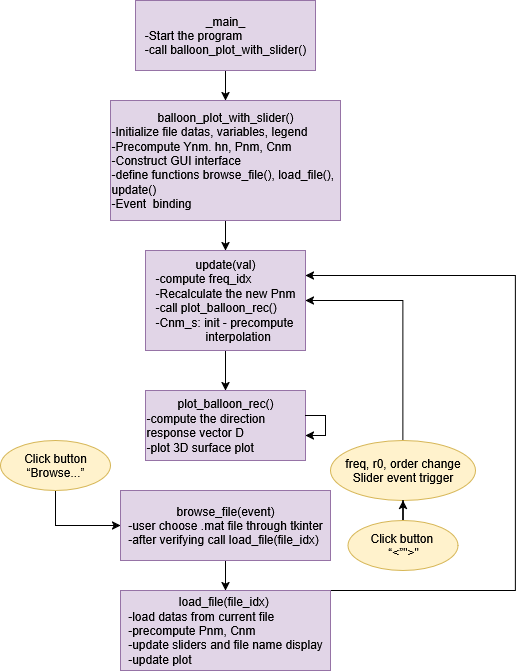
audiolabs/DEISM keeps this draw.io diagram as images/workflow.drawio.png. Above is the earlier version. Source tidied: cells renumbered, new cells last; positions are measured from the earlier drawing's top-left corner, leaving out a move shared by most shapes.
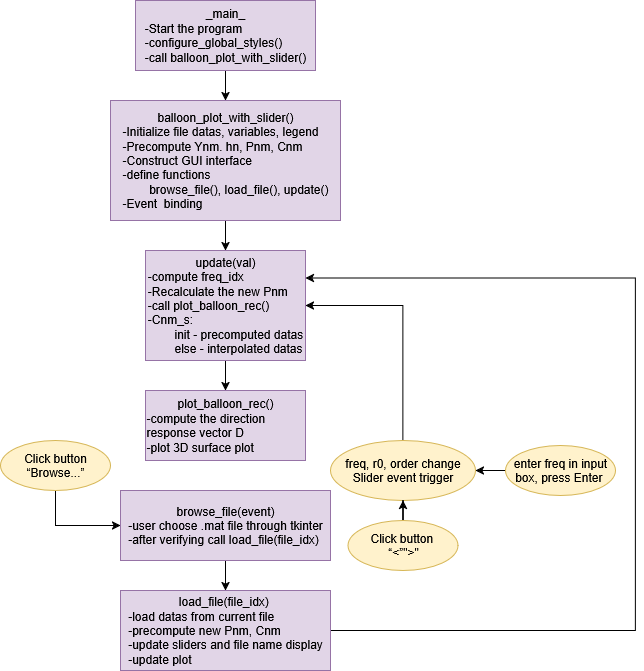
The same file after the commit.

What changed in the source:
```diff
@@ -5,20 +5,20 @@
     <mxCell id="2" style="edgeStyle=orthogonalEdgeStyle;rounded=0;jettySize=auto;html=1;" parent="1" edge="1" source="3" target="5">
       <mxGeometry relative="1" as="geometry" />
     </mxCell>
-    <mxCell id="3" value="_main_&lt;br&gt;&lt;div align=&quot;left&quot;&gt;-Start the program&lt;br&gt;&lt;/div&gt;-call balloon_plot_with_slider()" style="rounded=0;whiteSpace=wrap;html=1;fillColor=#e1d5e7;strokeColor=#9673a6;" parent="1" vertex="1">
+    <mxCell id="3" value="_main_&lt;br&gt;&lt;div align=&quot;left&quot;&gt;-Start the program&lt;/div&gt;&lt;div align=&quot;left&quot;&gt;-configure_global_styles()&lt;/div&gt;-call balloon_plot_with_slider()" style="rounded=0;whiteSpace=wrap;html=1;fillColor=#e1d5e7;strokeColor=#9673a6;" parent="1" vertex="1">
       <mxGeometry x="135" width="180" height="70" as="geometry" />
     </mxCell>
     <mxCell id="4" style="edgeStyle=orthogonalEdgeStyle;rounded=0;jettySize=auto;html=1;" parent="1" edge="1" source="5" target="7">
       <mxGeometry relative="1" as="geometry" />
     </mxCell>
-    <mxCell id="5" value="balloon_plot_with_slider()&lt;br&gt;&lt;div align=&quot;left&quot;&gt;-Initialize file datas, variables, legend&lt;br&gt;-Precompute Ynm. hn, Pnm, Cnm&lt;br&gt;-Construct GUI interface&lt;br&gt;-define functions browse_file(), load_file(), update()&lt;br&gt;-Event&amp;nbsp; binding&lt;br&gt;&lt;/div&gt;" style="rounded=0;whiteSpace=wrap;html=1;fillColor=#e1d5e7;strokeColor=#9673a6;" parent="1" vertex="1">
+    <mxCell id="5" value="balloon_plot_with_slider()&lt;br&gt;&lt;div align=&quot;left&quot;&gt;-Initialize file datas, variables, legend&lt;br&gt;-Precompute Ynm. hn, Pnm, Cnm&lt;br&gt;-Construct GUI interface&lt;br&gt;-define functions&amp;nbsp;&lt;/div&gt;&lt;div align=&quot;left&quot;&gt;&lt;span style=&quot;white-space: pre;&quot;&gt;&#9;&lt;/span&gt;browse_file(), load_file(), update()&lt;br&gt;-Event&amp;nbsp; binding&lt;br&gt;&lt;/div&gt;" style="rounded=0;whiteSpace=wrap;html=1;fillColor=#e1d5e7;strokeColor=#9673a6;" parent="1" vertex="1">
       <mxGeometry x="110" y="100" width="230" height="120" as="geometry" />
     </mxCell>
     <mxCell id="6" style="edgeStyle=orthogonalEdgeStyle;rounded=0;jettySize=auto;html=1;" parent="1" edge="1" source="7" target="8">
       <mxGeometry relative="1" as="geometry" />
     </mxCell>
-    <mxCell id="7" value="update(val)&lt;br&gt;&lt;div align=&quot;left&quot;&gt;-compute freq_idx&lt;br&gt;-Recalculate the new Pnm&lt;br&gt;-call plot_balloon_rec()&lt;/div&gt;&lt;div align=&quot;left&quot;&gt;-Cnm_s: init - precompute&lt;/div&gt;&lt;div align=&quot;left&quot;&gt;&lt;span style=&quot;white-space: pre;&quot;&gt;&#9;&lt;/span&gt;&amp;nbsp; &amp;nbsp; &amp;nbsp; &amp;nbsp;interpolation&lt;/div&gt;" style="rounded=0;whiteSpace=wrap;html=1;fillColor=#e1d5e7;strokeColor=#9673a6;" parent="1" vertex="1">
-      <mxGeometry x="145" y="250" width="160" height="100" as="geometry" />
+    <mxCell id="7" value="update(val)&lt;br&gt;&lt;div align=&quot;left&quot;&gt;-compute freq_idx&lt;br&gt;-Recalculate the new Pnm&lt;br&gt;-call plot_balloon_rec()&lt;/div&gt;&lt;div align=&quot;left&quot;&gt;-Cnm_s:&amp;nbsp;&lt;/div&gt;&lt;div align=&quot;left&quot;&gt;&lt;span style=&quot;white-space: pre;&quot;&gt;&#9;&lt;/span&gt;init - precomputed datas&lt;/div&gt;&lt;div align=&quot;left&quot;&gt;&lt;span style=&quot;white-space: pre;&quot;&gt;&#9;&lt;/span&gt;else - interpolated datas&lt;/div&gt;" style="rounded=0;whiteSpace=wrap;html=1;fillColor=#e1d5e7;strokeColor=#9673a6;" parent="1" vertex="1">
+      <mxGeometry x="145" y="250" width="160" height="110" as="geometry" />
     </mxCell>
     <mxCell id="8" value="plot_balloon_rec()&lt;br&gt;&lt;div align=&quot;left&quot;&gt;-compute the direction response vector D&lt;br&gt;-plot 3D surface plot&lt;/div&gt;" style="rounded=0;whiteSpace=wrap;html=1;fillColor=#e1d5e7;strokeColor=#9673a6;" parent="1" vertex="1">
       <mxGeometry x="145" y="390" width="160" height="70" as="geometry" />
@@ -32,13 +32,12 @@
     <mxCell id="11" style="edgeStyle=orthogonalEdgeStyle;rounded=0;jettySize=auto;html=1;exitX=1;exitY=0.5;exitDx=0;exitDy=0;entryX=1;entryY=0.25;entryDx=0;entryDy=0;" parent="1" edge="1" source="12" target="7">
       <mxGeometry relative="1" as="geometry">
         <Array as="points">
-          <mxPoint x="330" y="590" />
-          <mxPoint x="515" y="590" />
-          <mxPoint x="515" y="275" />
+          <mxPoint x="635" y="630" />
+          <mxPoint x="635" y="278" />
         </Array>
       </mxGeometry>
     </mxCell>
-    <mxCell id="12" value="load_file(file_idx)&amp;nbsp;&lt;br&gt;&lt;div align=&quot;left&quot;&gt;-load datas from current file&lt;br&gt;-precompute Pnm, Cnm&lt;br&gt;-update sliders and file name display&lt;br&gt;-update plot&lt;/div&gt;" style="rounded=0;whiteSpace=wrap;html=1;fillColor=#e1d5e7;strokeColor=#9673a6;" parent="1" vertex="1">
+    <mxCell id="12" value="load_file(file_idx)&amp;nbsp;&lt;br&gt;&lt;div align=&quot;left&quot;&gt;-load datas from current file&lt;br&gt;-precompute new Pnm, Cnm&lt;br&gt;-update sliders and file name display&lt;br&gt;-update plot&lt;/div&gt;" style="rounded=0;whiteSpace=wrap;html=1;fillColor=#e1d5e7;strokeColor=#9673a6;" parent="1" vertex="1">
       <mxGeometry x="120" y="590" width="210" height="80" as="geometry" />
     </mxCell>
     <mxCell id="13" style="edgeStyle=orthogonalEdgeStyle;rounded=0;jettySize=auto;html=1;entryX=0;entryY=0.5;entryDx=0;entryDy=0;" parent="1" edge="1" source="14" target="10">
@@ -63,8 +62,11 @@
     <mxCell id="18" value="&lt;div&gt;Click button&amp;nbsp;&lt;/div&gt;&lt;div&gt;“&amp;lt;”&quot;&amp;gt;&quot;&lt;/div&gt;" style="ellipse;whiteSpace=wrap;html=1;fillColor=#fff2cc;strokeColor=#d6b656;" parent="1" vertex="1">
       <mxGeometry x="347.5" y="520" width="110" height="50" as="geometry" />
     </mxCell>
-    <mxCell id="19" style="edgeStyle=orthogonalEdgeStyle;rounded=0;orthogonalLoop=1;jettySize=auto;html=1;" parent="1" edge="1" source="8" target="8">
-      <mxGeometry relative="1" as="geometry" />
-    </mxCell>
+    <mxCell id="20" style="edgeStyle=orthogonalEdgeStyle;rounded=0;jettySize=auto;html=1;" parent="1" edge="1" source="21" target="16">
+      <mxGeometry relative="1" as="geometry" />
+    </mxCell>
+    <mxCell id="21" value="enter freq in input box, press Enter&amp;nbsp;" style="ellipse;whiteSpace=wrap;html=1;fillColor=#fff2cc;strokeColor=#d6b656;" parent="1" vertex="1">
+      <mxGeometry x="505" y="445" width="110" height="50" as="geometry" />
+    </mxCell>
   </root>
 </mxGraphModel>
```
